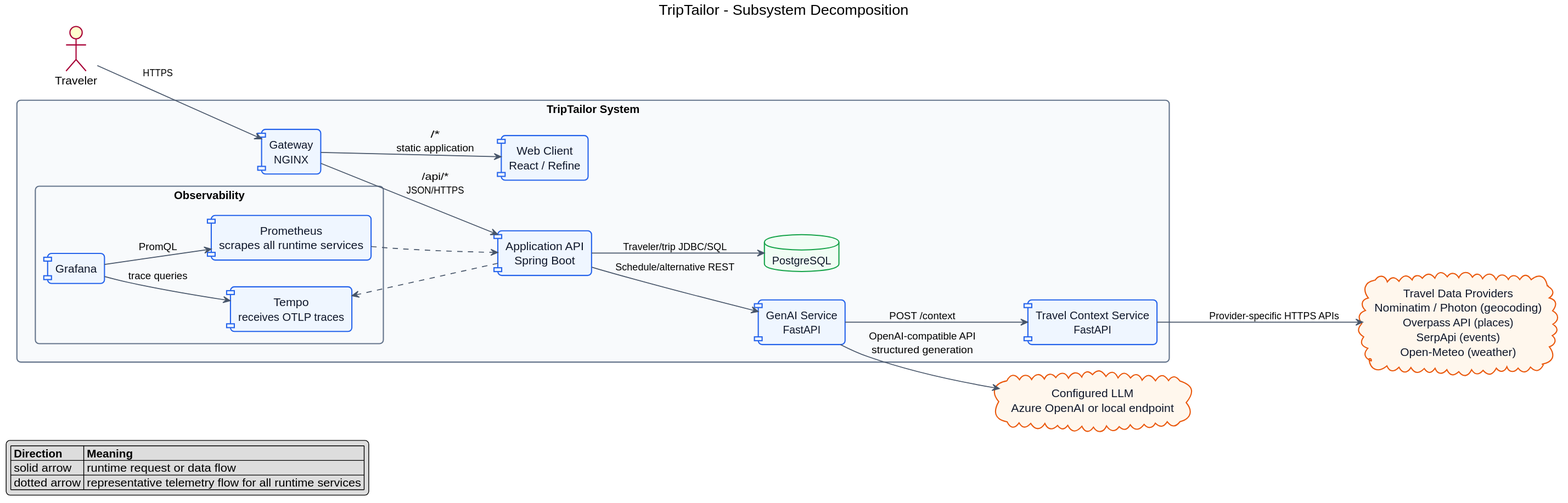
The PlantUML diagram diagrams/rendered/subsystem-decomposition.svg in AET-DevOps26/team-continuous-vacation, before a commit.
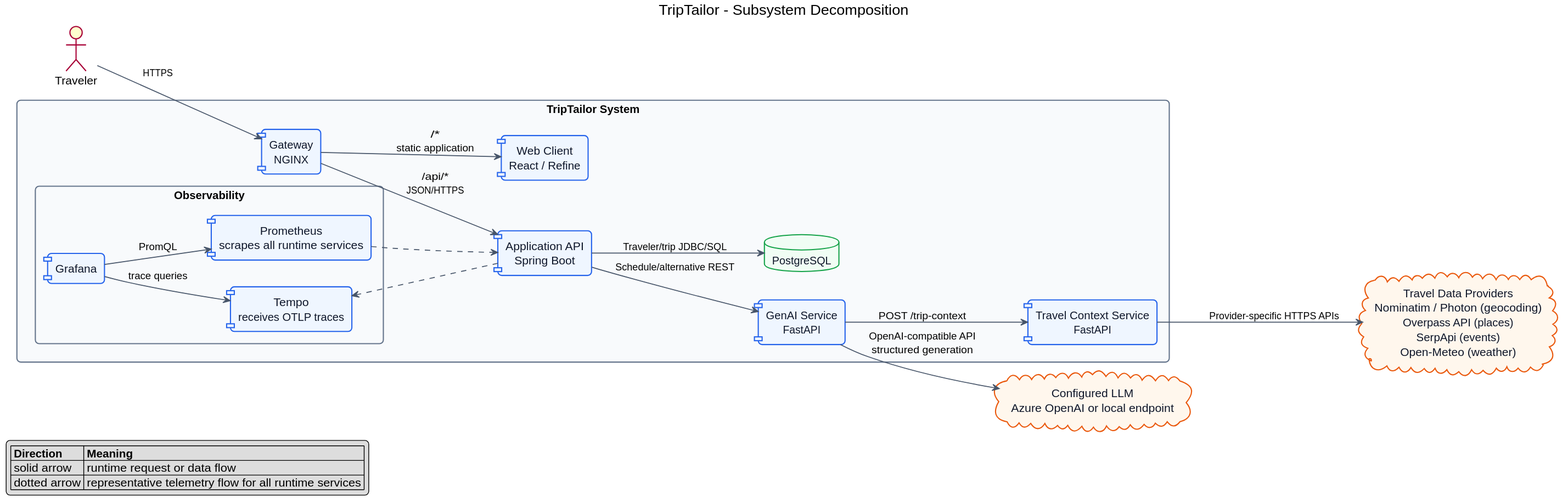
The same diagram one commit later.

What changed in the source:
```diff
@@ -56,7 +56,7 @@
 Backend --> GenAI : Schedule/alternative REST
 Backend --> Database : Traveler/trip JDBC/SQL
 GenAI --> LLM : OpenAI-compatible API\nstructured generation
-GenAI --> Context : POST /context
+GenAI --> Context : POST /trip-context
 Context --> Providers : Provider-specific HTTPS APIs
 
 Prometheus ..> Backend
```
